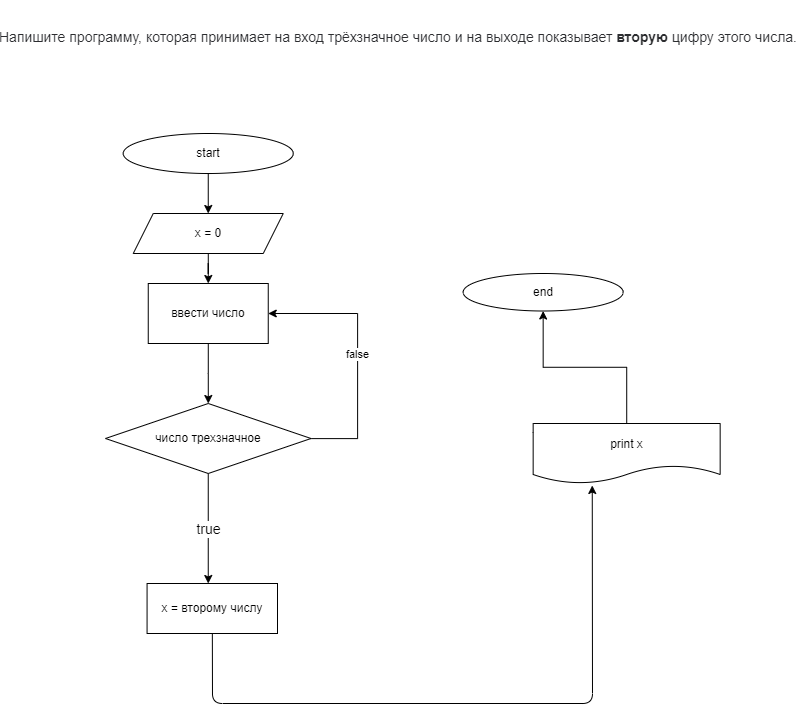
Before: dz2_zadacha10/digram.drawio.png, a diagram exported from draw.io (sntitar/DZ_C-). Source tidied: cells renumbered, new cells last; positions are measured from the earlier drawing's top-left corner, leaving out a move shared by most shapes.
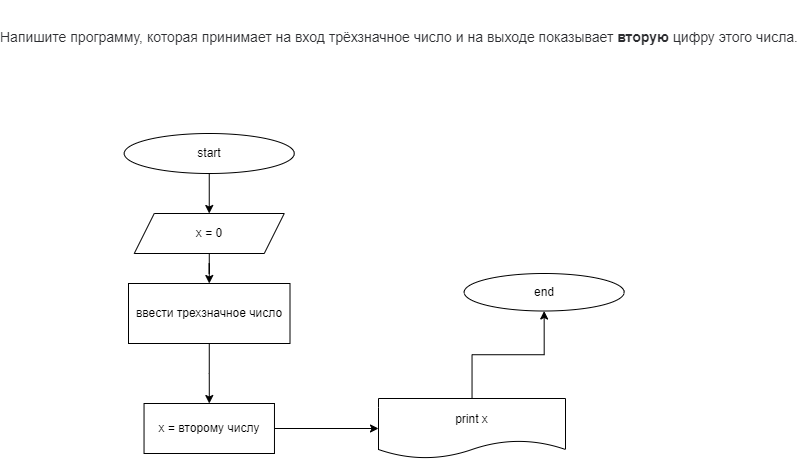
Above is the later version.

What changed in the source:
```diff
@@ -16,44 +16,25 @@
     <mxCell id="5" value="x = 0" style="shape=parallelogram;perimeter=parallelogramPerimeter;whiteSpace=wrap;html=1;fixedSize=1;" parent="1" vertex="1">
       <mxGeometry x="135.8" y="220" width="150" height="40" as="geometry" />
     </mxCell>
-    <mxCell id="6" style="edgeStyle=orthogonalEdgeStyle;rounded=0;jettySize=auto;html=1;" parent="1" edge="1" source="7" target="10">
-      <mxGeometry relative="1" as="geometry" />
+    <mxCell id="6" style="edgeStyle=orthogonalEdgeStyle;rounded=0;jettySize=auto;html=1;" parent="1" edge="1" source="7">
+      <mxGeometry relative="1" as="geometry">
+        <mxPoint x="210.8" y="410" as="targetPoint" />
+      </mxGeometry>
     </mxCell>
-    <mxCell id="7" value="&lt;span&gt;ввести число&lt;/span&gt;" style="whiteSpace=wrap;html=1;" parent="1" vertex="1">
-      <mxGeometry x="150.7" y="290" width="120" height="60" as="geometry" />
+    <mxCell id="7" value="&lt;span&gt;ввести трехзначное число&lt;/span&gt;" style="whiteSpace=wrap;html=1;" parent="1" vertex="1">
+      <mxGeometry x="130" y="290" width="161.5" height="60" as="geometry" />
     </mxCell>
-    <mxCell id="8" value="false" style="edgeStyle=orthogonalEdgeStyle;rounded=0;jettySize=auto;html=1;entryX=1;entryY=0.5;entryDx=0;entryDy=0;" parent="1" edge="1" source="10" target="7">
-      <mxGeometry relative="1" as="geometry">
-        <Array as="points">
-          <mxPoint x="360" y="445" />
-          <mxPoint x="360" y="320" />
-        </Array>
-      </mxGeometry>
-    </mxCell>
-    <mxCell id="9" value="true" style="edgeStyle=none;html=1;fontSize=14;" parent="1" edge="1" source="10">
-      <mxGeometry relative="1" as="geometry">
-        <mxPoint x="210.7" y="590" as="targetPoint" />
-      </mxGeometry>
-    </mxCell>
-    <mxCell id="10" value="число трехзначное" style="rhombus;whiteSpace=wrap;html=1;" parent="1" vertex="1">
-      <mxGeometry x="108" y="410" width="205.5" height="70" as="geometry" />
-    </mxCell>
-    <mxCell id="11" style="edgeStyle=none;html=1;entryX=0.316;entryY=1.033;entryDx=0;entryDy=0;entryPerimeter=0;fontSize=14;" parent="1" edge="1" source="12" target="14">
-      <mxGeometry relative="1" as="geometry">
-        <Array as="points">
-          <mxPoint x="215" y="710" />
-          <mxPoint x="595" y="710" />
-        </Array>
-      </mxGeometry>
+    <mxCell id="11" style="edgeStyle=none;html=1;" parent="1" edge="1" source="12" target="14">
+      <mxGeometry relative="1" as="geometry" />
     </mxCell>
     <mxCell id="12" value="x = второму числу" style="whiteSpace=wrap;html=1;" parent="1" vertex="1">
-      <mxGeometry x="149.6" y="590" width="130.4" height="50" as="geometry" />
+      <mxGeometry x="145.5" y="410" width="130.4" height="50" as="geometry" />
     </mxCell>
     <mxCell id="13" style="edgeStyle=orthogonalEdgeStyle;rounded=0;jettySize=auto;html=1;" parent="1" edge="1" source="14" target="15">
       <mxGeometry relative="1" as="geometry" />
     </mxCell>
     <mxCell id="14" value="print x" style="shape=document;whiteSpace=wrap;html=1;boundedLbl=1;" parent="1" vertex="1">
-      <mxGeometry x="535.7" y="430" width="187" height="60" as="geometry" />
+      <mxGeometry x="380" y="405" width="187" height="60" as="geometry" />
     </mxCell>
     <mxCell id="15" value="end" style="ellipse;whiteSpace=wrap;html=1;" parent="1" vertex="1">
       <mxGeometry x="465.7" y="280" width="160" height="37.5" as="geometry" />
```
